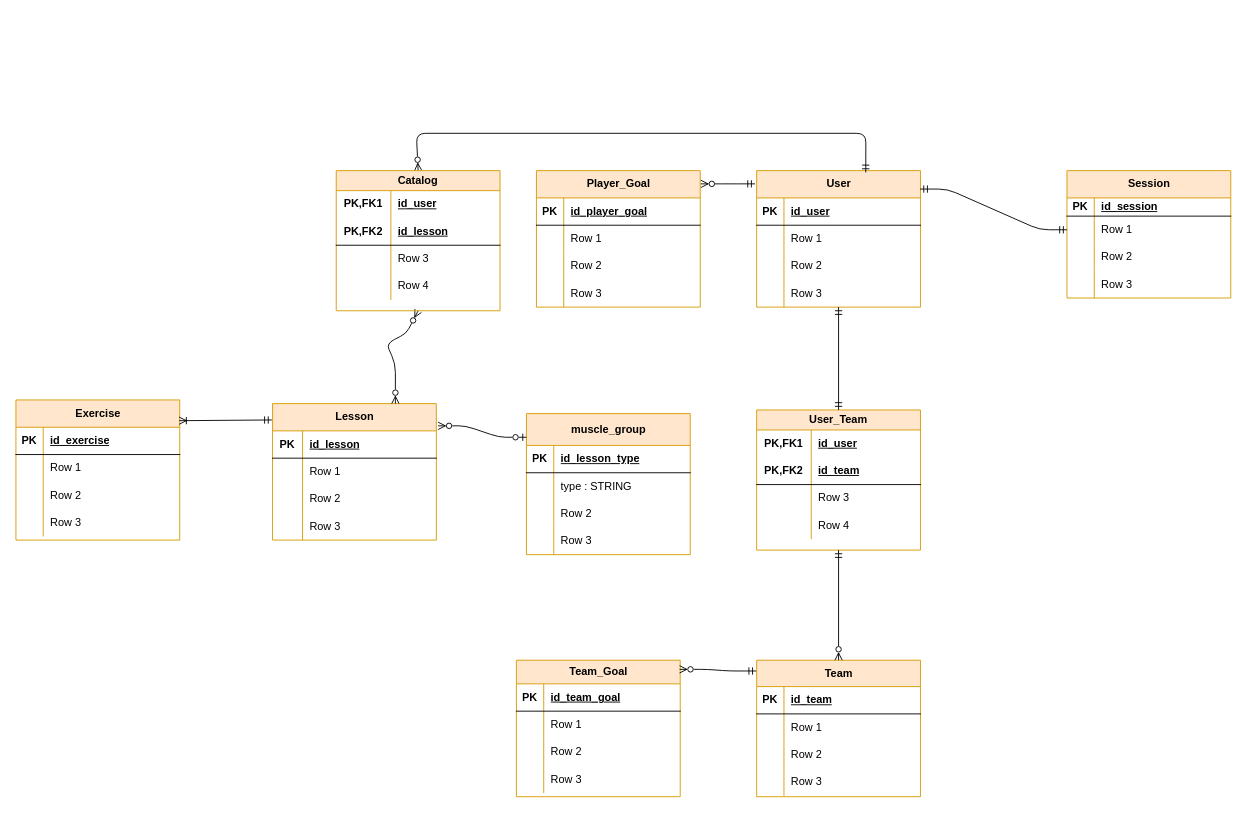
The draw.io diagram trackerERD.drawio in SleepiestFool01/seiv-team9-fitness-tracker-backend, before the edit. Source tidied: cells renumbered, new cells numbered last; positions are measured from the earlier drawing's top-left corner, leaving out a move shared by most shapes. Both pictures are drawn from the tidied source at 91%, with x=0, y=0 at pixel (15, 133).
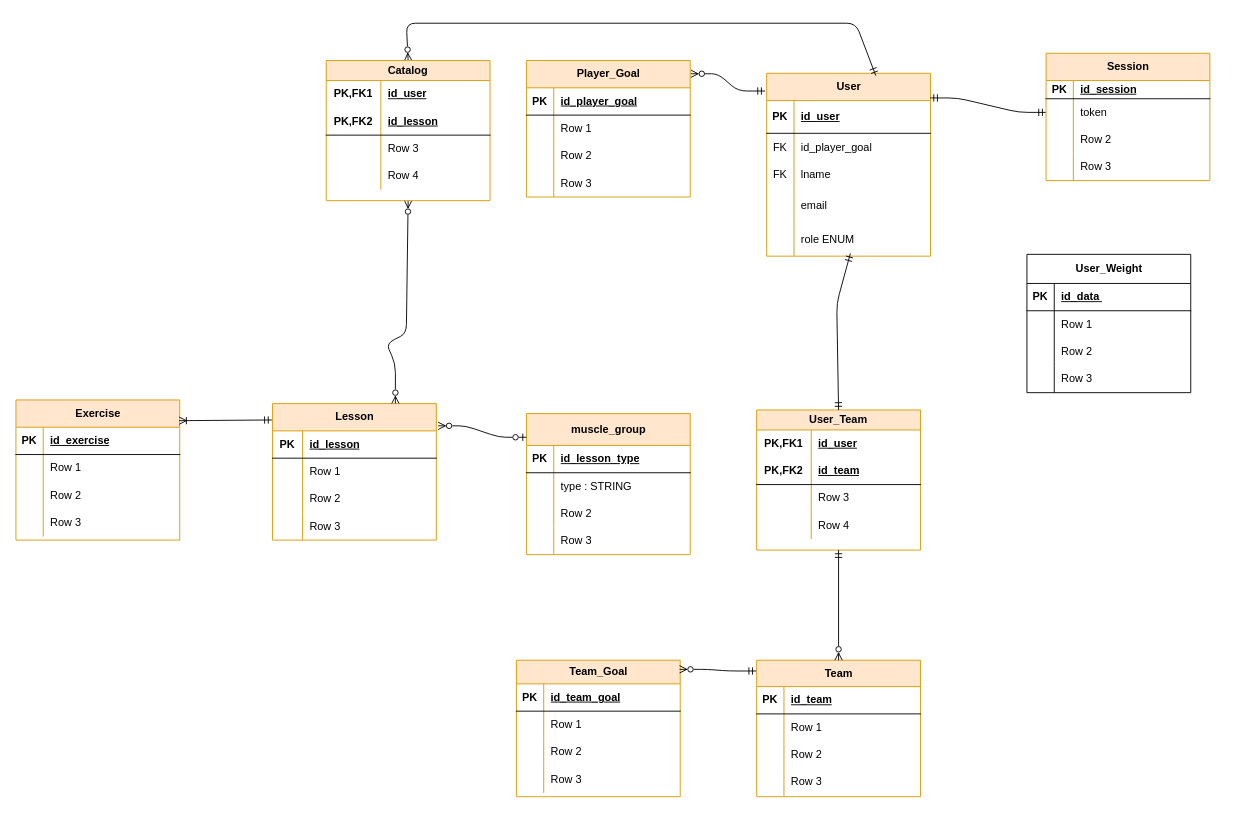
The same diagram, later.

The change refers to these unchanged cells:
```xml
<mxCell id="93" value="User_Team" style="shape=table;startSize=22;childLayout=tableLayout;rowLines=0;fontStyle=1;align=center;html=1;whiteSpace=wrap;fillColor=#ffe6cc;strokeColor=#d79b00;" parent="1" vertex="1">
  <mxGeometry x="814" y="304" width="180" height="154" as="geometry" />
</mxCell>
```

The edit, as a diff of the source:
```diff
@@
     <mxCell id="2" value="User" style="shape=table;startSize=30;childLayout=tableLayout;rowLines=0;fontStyle=1;align=center;html=1;fillColor=#ffe6cc;strokeColor=#d79b00;" parent="1" vertex="1">
-      <mxGeometry x="814" y="41" width="180" height="150" as="geometry" />
+      <mxGeometry x="825" y="-66" width="180" height="201" as="geometry" />
     </mxCell>
     <mxCell id="3" style="shape=tableRow;horizontal=0;startSize=0;swimlaneHead=0;swimlaneBody=0;fillColor=none;top=0;left=0;right=0;bottom=1;" parent="2" vertex="1">
-      <mxGeometry y="30" width="180" height="30" as="geometry" />
+      <mxGeometry y="30" width="180" height="36" as="geometry" />
     </mxCell>
     <mxCell id="4" value="PK" style="shape=partialRectangle;fillColor=none;top=0;left=0;bottom=0;right=0;fontStyle=1;overflow=hidden;whiteSpace=wrap;html=1;" parent="3" vertex="1">
-      <mxGeometry width="30" height="30" as="geometry" />
+      <mxGeometry width="30" height="36" as="geometry" />
     </mxCell>
     <mxCell id="5" value="id_user" style="shape=partialRectangle;fillColor=none;top=0;left=0;bottom=0;right=0;align=left;spacingLeft=6;fontStyle=5;overflow=hidden;whiteSpace=wrap;html=1;" parent="3" vertex="1">
-      <mxGeometry x="30" width="150" height="30" as="geometry" />
+      <mxGeometry x="30" width="150" height="36" as="geometry" />
     </mxCell>
     <mxCell id="6" style="shape=tableRow;horizontal=0;startSize=0;swimlaneHead=0;swimlaneBody=0;fillColor=none;top=0;left=0;right=0;bottom=0;" parent="2" vertex="1">
-      <mxGeometry y="60" width="180" height="30" as="geometry" />
+      <mxGeometry y="66" width="180" height="31" as="geometry" />
     </mxCell>
-    <mxCell id="7" style="shape=partialRectangle;fillColor=none;top=0;left=0;bottom=0;right=0;overflow=hidden;whiteSpace=wrap;html=1;" parent="6" vertex="1">
-      <mxGeometry width="30" height="30" as="geometry" />
+    <mxCell id="7" value="FK" style="shape=partialRectangle;fillColor=none;top=0;left=0;bottom=0;right=0;overflow=hidden;whiteSpace=wrap;html=1;" parent="6" vertex="1">
+      <mxGeometry width="30" height="31" as="geometry" />
     </mxCell>
-    <mxCell id="8" value="Row 1" style="shape=partialRectangle;fillColor=none;top=0;left=0;bottom=0;right=0;align=left;spacingLeft=6;overflow=hidden;whiteSpace=wrap;html=1;" parent="6" vertex="1">
-      <mxGeometry x="30" width="150" height="30" as="geometry" />
+    <mxCell id="8" value="id_player_goal" style="shape=partialRectangle;fillColor=none;top=0;left=0;bottom=0;right=0;align=left;spacingLeft=6;overflow=hidden;whiteSpace=wrap;html=1;" parent="6" vertex="1">
+      <mxGeometry x="30" width="150" height="31" as="geometry" />
     </mxCell>
     <mxCell id="9" style="shape=tableRow;horizontal=0;startSize=0;swimlaneHead=0;swimlaneBody=0;fillColor=none;top=0;left=0;right=0;bottom=0;" parent="2" vertex="1">
-      <mxGeometry y="90" width="180" height="30" as="geometry" />
+      <mxGeometry y="97" width="180" height="30" as="geometry" />
     </mxCell>
-    <mxCell id="10" style="shape=partialRectangle;fillColor=none;top=0;left=0;bottom=0;right=0;overflow=hidden;whiteSpace=wrap;html=1;" parent="9" vertex="1">
+    <mxCell id="10" value="FK" style="shape=partialRectangle;fillColor=none;top=0;left=0;bottom=0;right=0;overflow=hidden;whiteSpace=wrap;html=1;" parent="9" vertex="1">
       <mxGeometry width="30" height="30" as="geometry" />
     </mxCell>
-    <mxCell id="11" value="Row 2" style="shape=partialRectangle;fillColor=none;top=0;left=0;bottom=0;right=0;align=left;spacingLeft=6;overflow=hidden;whiteSpace=wrap;html=1;" parent="9" vertex="1">
+    <mxCell id="11" value="lname" style="shape=partialRectangle;fillColor=none;top=0;left=0;bottom=0;right=0;align=left;spacingLeft=6;overflow=hidden;whiteSpace=wrap;html=1;" parent="9" vertex="1">
       <mxGeometry x="30" width="150" height="30" as="geometry" />
     </mxCell>
     <mxCell id="12" style="shape=tableRow;horizontal=0;startSize=0;swimlaneHead=0;swimlaneBody=0;fillColor=none;points=[[0,0.5],[1,0.5]];portConstraint=eastwest;top=0;left=0;right=0;bottom=0;" parent="2" vertex="1">
-      <mxGeometry y="120" width="180" height="30" as="geometry" />
+      <mxGeometry y="127" width="180" height="38" as="geometry" />
     </mxCell>
     <mxCell id="13" style="shape=partialRectangle;fillColor=none;top=0;left=0;bottom=0;right=0;overflow=hidden;whiteSpace=wrap;html=1;" parent="12" vertex="1">
-      <mxGeometry width="30" height="30" as="geometry" />
+      <mxGeometry width="30" height="38" as="geometry" />
     </mxCell>
-    <mxCell id="14" value="Row 3" style="shape=partialRectangle;fillColor=none;top=0;left=0;bottom=0;right=0;align=left;spacingLeft=6;overflow=hidden;whiteSpace=wrap;html=1;" parent="12" vertex="1">
-      <mxGeometry x="30" width="150" height="30" as="geometry" />
+    <mxCell id="14" value="email" style="shape=partialRectangle;fillColor=none;top=0;left=0;bottom=0;right=0;align=left;spacingLeft=6;overflow=hidden;whiteSpace=wrap;html=1;" parent="12" vertex="1">
+      <mxGeometry x="30" width="150" height="38" as="geometry" />
     </mxCell>
+    <mxCell id="141" style="shape=tableRow;horizontal=0;startSize=0;swimlaneHead=0;swimlaneBody=0;fillColor=none;points=[[0,0.5],[1,0.5]];portConstraint=eastwest;top=0;left=0;right=0;bottom=0;" parent="2" vertex="1">
+      <mxGeometry y="165" width="180" height="36" as="geometry" />
+    </mxCell>
+    <mxCell id="142" style="shape=partialRectangle;fillColor=none;top=0;left=0;bottom=0;right=0;overflow=hidden;whiteSpace=wrap;html=1;" parent="141" vertex="1">
+      <mxGeometry width="30" height="36" as="geometry" />
+    </mxCell>
+    <mxCell id="143" value="role ENUM" style="shape=partialRectangle;fillColor=none;top=0;left=0;bottom=0;right=0;align=left;spacingLeft=6;overflow=hidden;whiteSpace=wrap;html=1;" parent="141" vertex="1">
+      <mxGeometry x="30" width="150" height="36" as="geometry" />
+    </mxCell>
@@
     <mxCell id="41" value="Player_Goal" style="shape=table;startSize=30;childLayout=tableLayout;rowLines=0;fontStyle=1;align=center;html=1;fillColor=#ffe6cc;strokeColor=#d79b00;" parent="1" vertex="1">
-      <mxGeometry x="572" y="41" width="180" height="150" as="geometry" />
+      <mxGeometry x="561" y="-80" width="180" height="150" as="geometry" />
     </mxCell>
@@
-    <mxCell id="67" value="Session" style="shape=table;startSize=30;childLayout=tableLayout;rowLines=0;fontStyle=1;align=center;html=1;fillColor=#ffe6cc;strokeColor=#d79b00;" parent="1" vertex="1">
-      <mxGeometry x="1155" y="41" width="180" height="140" as="geometry" />
-    </mxCell>
-    <mxCell id="68" style="shape=tableRow;horizontal=0;startSize=0;swimlaneHead=0;swimlaneBody=0;fillColor=none;top=0;left=0;right=0;bottom=1;" parent="67" vertex="1">
-      <mxGeometry y="30" width="180" height="20" as="geometry" />
-    </mxCell>
-    <mxCell id="69" value="PK" style="shape=partialRectangle;fillColor=none;top=0;left=0;bottom=0;right=0;fontStyle=1;overflow=hidden;whiteSpace=wrap;html=1;" parent="68" vertex="1">
-      <mxGeometry width="30" height="20" as="geometry" />
-    </mxCell>
-    <mxCell id="70" value="id_session" style="shape=partialRectangle;fillColor=none;top=0;left=0;bottom=0;right=0;align=left;spacingLeft=6;fontStyle=5;overflow=hidden;whiteSpace=wrap;html=1;" parent="68" vertex="1">
-      <mxGeometry x="30" width="150" height="20" as="geometry" />
-    </mxCell>
-    <mxCell id="71" style="shape=tableRow;horizontal=0;startSize=0;swimlaneHead=0;swimlaneBody=0;fillColor=none;points=[[0,0.5],[1,0.5]];portConstraint=eastwest;top=0;left=0;right=0;bottom=0;" parent="67" vertex="1">
-      <mxGeometry y="50" width="180" height="30" as="geometry" />
-    </mxCell>
-    <mxCell id="72" style="shape=partialRectangle;fillColor=none;top=0;left=0;bottom=0;right=0;overflow=hidden;whiteSpace=wrap;html=1;" parent="71" vertex="1">
-      <mxGeometry width="30" height="30" as="geometry" />
-    </mxCell>
-    <mxCell id="73" value="Row 1" style="shape=partialRectangle;fillColor=none;top=0;left=0;bottom=0;right=0;align=left;spacingLeft=6;overflow=hidden;whiteSpace=wrap;html=1;" parent="71" vertex="1">
-      <mxGeometry x="30" width="150" height="30" as="geometry" />
-    </mxCell>
-    <mxCell id="74" style="shape=tableRow;horizontal=0;startSize=0;swimlaneHead=0;swimlaneBody=0;fillColor=none;top=0;left=0;right=0;bottom=0;" parent="67" vertex="1">
-      <mxGeometry y="80" width="180" height="30" as="geometry" />
-    </mxCell>
-    <mxCell id="75" style="shape=partialRectangle;fillColor=none;top=0;left=0;bottom=0;right=0;overflow=hidden;whiteSpace=wrap;html=1;" parent="74" vertex="1">
-      <mxGeometry width="30" height="30" as="geometry" />
-    </mxCell>
-    <mxCell id="76" value="Row 2" style="shape=partialRectangle;fillColor=none;top=0;left=0;bottom=0;right=0;align=left;spacingLeft=6;overflow=hidden;whiteSpace=wrap;html=1;" parent="74" vertex="1">
-      <mxGeometry x="30" width="150" height="30" as="geometry" />
-    </mxCell>
-    <mxCell id="77" style="shape=tableRow;horizontal=0;startSize=0;swimlaneHead=0;swimlaneBody=0;fillColor=none;top=0;left=0;right=0;bottom=0;" parent="67" vertex="1">
-      <mxGeometry y="110" width="180" height="30" as="geometry" />
-    </mxCell>
-    <mxCell id="78" style="shape=partialRectangle;fillColor=none;top=0;left=0;bottom=0;right=0;overflow=hidden;whiteSpace=wrap;html=1;" parent="77" vertex="1">
-      <mxGeometry width="30" height="30" as="geometry" />
-    </mxCell>
-    <mxCell id="79" value="Row 3" style="shape=partialRectangle;fillColor=none;top=0;left=0;bottom=0;right=0;align=left;spacingLeft=6;overflow=hidden;whiteSpace=wrap;html=1;" parent="77" vertex="1">
-      <mxGeometry x="30" width="150" height="30" as="geometry" />
-    </mxCell>
@@
-    <mxCell id="107" style="fontSize=12;html=1;endArrow=ERmandOne;startArrow=ERmandOne;exitX=0.5;exitY=0;exitDx=0;exitDy=0;" parent="1" edge="1" source="93" target="12">
-      <mxGeometry relative="1" as="geometry" />
+    <mxCell id="107" style="fontSize=12;html=1;endArrow=ERmandOne;startArrow=ERmandOne;exitX=0.5;exitY=0;exitDx=0;exitDy=0;entryX=0.511;entryY=0.917;entryDx=0;entryDy=0;entryPerimeter=0;" parent="1" edge="1" source="93" target="141">
+      <mxGeometry relative="1" as="geometry">
+        <Array as="points">
+          <mxPoint x="902" y="187" />
+        </Array>
+      </mxGeometry>
     </mxCell>
@@
     <mxCell id="113" style="fontSize=12;html=1;endArrow=ERmandOne;startArrow=ERzeroToMany;startFill=0;endFill=0;entryX=0.666;entryY=0.013;entryDx=0;entryDy=0;entryPerimeter=0;exitX=0.5;exitY=0;exitDx=0;exitDy=0;" parent="1" edge="1" source="128" target="2">
       <mxGeometry relative="1" as="geometry">
         <Array as="points">
-          <mxPoint x="440" />
-          <mxPoint x="934" />
+          <mxPoint x="429" y="-121" />
+          <mxPoint x="923" y="-121" />
         </Array>
       </mxGeometry>
     </mxCell>
@@
     <mxCell id="128" value="Catalog" style="shape=table;startSize=22;childLayout=tableLayout;rowLines=0;fontStyle=1;align=center;html=1;whiteSpace=wrap;fillColor=#ffe6cc;strokeColor=#d79b00;" parent="1" vertex="1">
-      <mxGeometry x="352" y="41" width="180" height="154" as="geometry" />
+      <mxGeometry x="341" y="-80" width="180" height="154" as="geometry" />
     </mxCell>
@@
+    <mxCell id="67" value="Session" style="shape=table;startSize=30;childLayout=tableLayout;rowLines=0;fontStyle=1;align=center;html=1;fillColor=#ffe6cc;strokeColor=#d79b00;" parent="1" vertex="1">
+      <mxGeometry x="1132" y="-88" width="180" height="140" as="geometry" />
+    </mxCell>
+    <mxCell id="68" style="shape=tableRow;horizontal=0;startSize=0;swimlaneHead=0;swimlaneBody=0;fillColor=none;top=0;left=0;right=0;bottom=1;" parent="67" vertex="1">
+      <mxGeometry y="30" width="180" height="20" as="geometry" />
+    </mxCell>
+    <mxCell id="69" value="PK" style="shape=partialRectangle;fillColor=none;top=0;left=0;bottom=0;right=0;fontStyle=1;overflow=hidden;whiteSpace=wrap;html=1;" parent="68" vertex="1">
+      <mxGeometry width="30" height="20" as="geometry" />
+    </mxCell>
+    <mxCell id="70" value="id_session" style="shape=partialRectangle;fillColor=none;top=0;left=0;bottom=0;right=0;align=left;spacingLeft=6;fontStyle=5;overflow=hidden;whiteSpace=wrap;html=1;" parent="68" vertex="1">
+      <mxGeometry x="30" width="150" height="20" as="geometry" />
+    </mxCell>
+    <mxCell id="71" style="shape=tableRow;horizontal=0;startSize=0;swimlaneHead=0;swimlaneBody=0;fillColor=none;points=[[0,0.5],[1,0.5]];portConstraint=eastwest;top=0;left=0;right=0;bottom=0;" parent="67" vertex="1">
+      <mxGeometry y="50" width="180" height="30" as="geometry" />
+    </mxCell>
+    <mxCell id="72" style="shape=partialRectangle;fillColor=none;top=0;left=0;bottom=0;right=0;overflow=hidden;whiteSpace=wrap;html=1;" parent="71" vertex="1">
+      <mxGeometry width="30" height="30" as="geometry" />
+    </mxCell>
+    <mxCell id="73" value="token" style="shape=partialRectangle;fillColor=none;top=0;left=0;bottom=0;right=0;align=left;spacingLeft=6;overflow=hidden;whiteSpace=wrap;html=1;" parent="71" vertex="1">
+      <mxGeometry x="30" width="150" height="30" as="geometry" />
+    </mxCell>
+    <mxCell id="74" style="shape=tableRow;horizontal=0;startSize=0;swimlaneHead=0;swimlaneBody=0;fillColor=none;top=0;left=0;right=0;bottom=0;" parent="67" vertex="1">
+      <mxGeometry y="80" width="180" height="30" as="geometry" />
+    </mxCell>
+    <mxCell id="75" style="shape=partialRectangle;fillColor=none;top=0;left=0;bottom=0;right=0;overflow=hidden;whiteSpace=wrap;html=1;" parent="74" vertex="1">
+      <mxGeometry width="30" height="30" as="geometry" />
+    </mxCell>
+    <mxCell id="76" value="Row 2" style="shape=partialRectangle;fillColor=none;top=0;left=0;bottom=0;right=0;align=left;spacingLeft=6;overflow=hidden;whiteSpace=wrap;html=1;" parent="74" vertex="1">
+      <mxGeometry x="30" width="150" height="30" as="geometry" />
+    </mxCell>
+    <mxCell id="77" style="shape=tableRow;horizontal=0;startSize=0;swimlaneHead=0;swimlaneBody=0;fillColor=none;top=0;left=0;right=0;bottom=0;" parent="67" vertex="1">
+      <mxGeometry y="110" width="180" height="30" as="geometry" />
+    </mxCell>
+    <mxCell id="78" style="shape=partialRectangle;fillColor=none;top=0;left=0;bottom=0;right=0;overflow=hidden;whiteSpace=wrap;html=1;" parent="77" vertex="1">
+      <mxGeometry width="30" height="30" as="geometry" />
+    </mxCell>
+    <mxCell id="79" value="Row 3" style="shape=partialRectangle;fillColor=none;top=0;left=0;bottom=0;right=0;align=left;spacingLeft=6;overflow=hidden;whiteSpace=wrap;html=1;" parent="77" vertex="1">
+      <mxGeometry x="30" width="150" height="30" as="geometry" />
+    </mxCell>
+    <mxCell id="144" value="User_Weight" style="shape=table;startSize=32;childLayout=tableLayout;rowLines=0;fontStyle=1;align=center;html=1;" parent="1" vertex="1">
+      <mxGeometry x="1111" y="133" width="180" height="152" as="geometry" />
+    </mxCell>
+    <mxCell id="145" style="shape=tableRow;horizontal=0;startSize=0;swimlaneHead=0;swimlaneBody=0;fillColor=none;top=0;left=0;right=0;bottom=1;" parent="144" vertex="1">
+      <mxGeometry y="32" width="180" height="30" as="geometry" />
+    </mxCell>
+    <mxCell id="146" value="PK" style="shape=partialRectangle;fillColor=none;top=0;left=0;bottom=0;right=0;fontStyle=1;overflow=hidden;whiteSpace=wrap;html=1;" parent="145" vertex="1">
+      <mxGeometry width="30" height="30" as="geometry" />
+    </mxCell>
+    <mxCell id="147" value="id_data&amp;nbsp;" style="shape=partialRectangle;fillColor=none;top=0;left=0;bottom=0;right=0;align=left;spacingLeft=6;fontStyle=5;overflow=hidden;whiteSpace=wrap;html=1;" parent="145" vertex="1">
+      <mxGeometry x="30" width="150" height="30" as="geometry" />
+    </mxCell>
+    <mxCell id="148" style="shape=tableRow;horizontal=0;startSize=0;swimlaneHead=0;swimlaneBody=0;fillColor=none;top=0;left=0;right=0;bottom=0;" parent="144" vertex="1">
+      <mxGeometry y="62" width="180" height="30" as="geometry" />
+    </mxCell>
+    <mxCell id="149" style="shape=partialRectangle;fillColor=none;top=0;left=0;bottom=0;right=0;overflow=hidden;whiteSpace=wrap;html=1;" parent="148" vertex="1">
+      <mxGeometry width="30" height="30" as="geometry" />
+    </mxCell>
+    <mxCell id="150" value="Row 1" style="shape=partialRectangle;fillColor=none;top=0;left=0;bottom=0;right=0;align=left;spacingLeft=6;overflow=hidden;whiteSpace=wrap;html=1;" parent="148" vertex="1">
+      <mxGeometry x="30" width="150" height="30" as="geometry" />
+    </mxCell>
+    <mxCell id="151" style="shape=tableRow;horizontal=0;startSize=0;swimlaneHead=0;swimlaneBody=0;fillColor=none;top=0;left=0;right=0;bottom=0;" parent="144" vertex="1">
+      <mxGeometry y="92" width="180" height="30" as="geometry" />
+    </mxCell>
+    <mxCell id="152" style="shape=partialRectangle;fillColor=none;top=0;left=0;bottom=0;right=0;overflow=hidden;whiteSpace=wrap;html=1;" parent="151" vertex="1">
+      <mxGeometry width="30" height="30" as="geometry" />
+    </mxCell>
+    <mxCell id="153" value="Row 2" style="shape=partialRectangle;fillColor=none;top=0;left=0;bottom=0;right=0;align=left;spacingLeft=6;overflow=hidden;whiteSpace=wrap;html=1;" parent="151" vertex="1">
+      <mxGeometry x="30" width="150" height="30" as="geometry" />
+    </mxCell>
+    <mxCell id="154" style="shape=tableRow;horizontal=0;startSize=0;swimlaneHead=0;swimlaneBody=0;fillColor=none;top=0;left=0;right=0;bottom=0;" parent="144" vertex="1">
+      <mxGeometry y="122" width="180" height="30" as="geometry" />
+    </mxCell>
+    <mxCell id="155" style="shape=partialRectangle;fillColor=none;top=0;left=0;bottom=0;right=0;overflow=hidden;whiteSpace=wrap;html=1;" parent="154" vertex="1">
+      <mxGeometry width="30" height="30" as="geometry" />
+    </mxCell>
+    <mxCell id="156" value="Row 3" style="shape=partialRectangle;fillColor=none;top=0;left=0;bottom=0;right=0;align=left;spacingLeft=6;overflow=hidden;whiteSpace=wrap;html=1;" parent="154" vertex="1">
+      <mxGeometry x="30" width="150" height="30" as="geometry" />
+    </mxCell>
```
